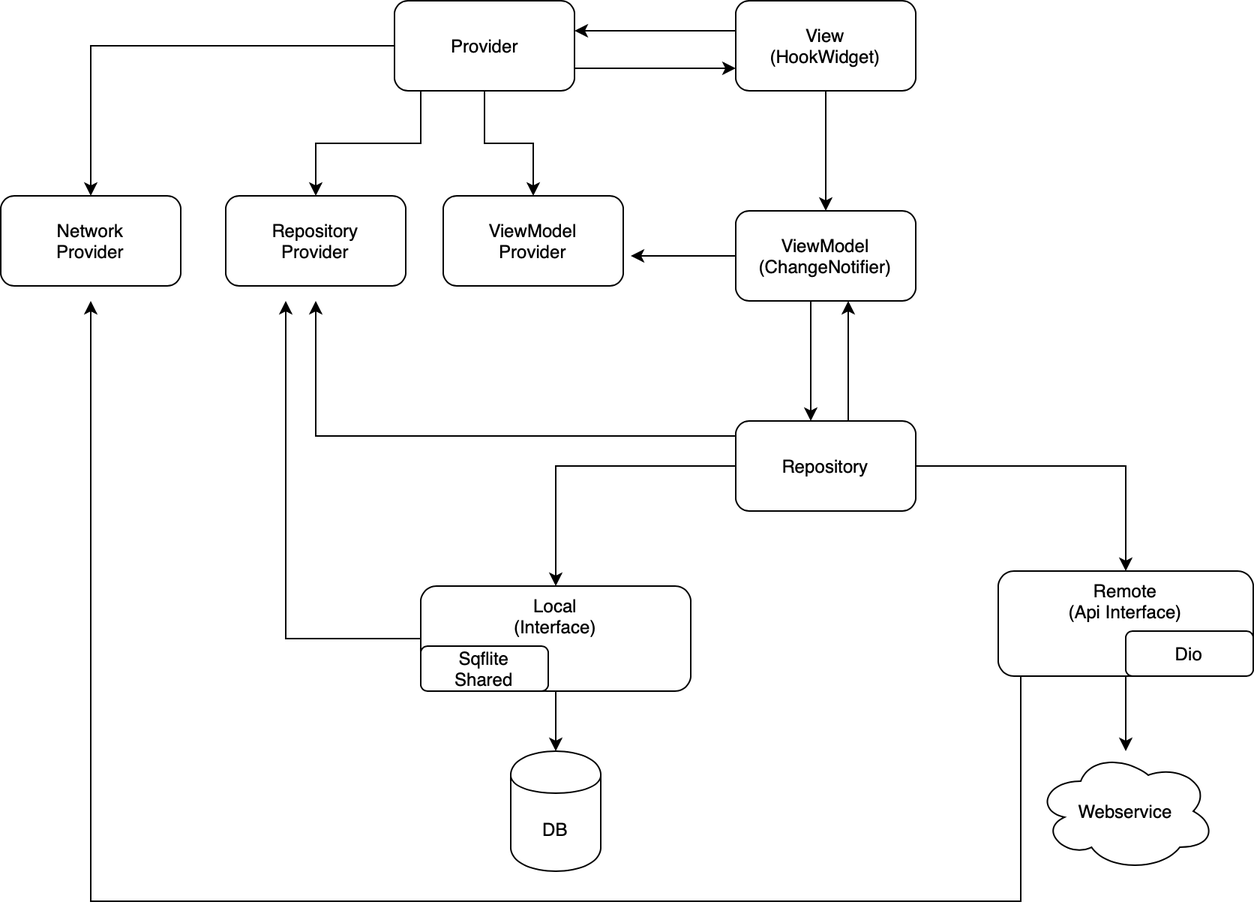
Earlier version of the draw.io export files/RiverFlutter.png (bachhoan88/FlutterCleanArchitecture). Source tidied: cells renumbered, new cells last; positions are measured from the earlier drawing's top-left corner, leaving out a move shared by most shapes.
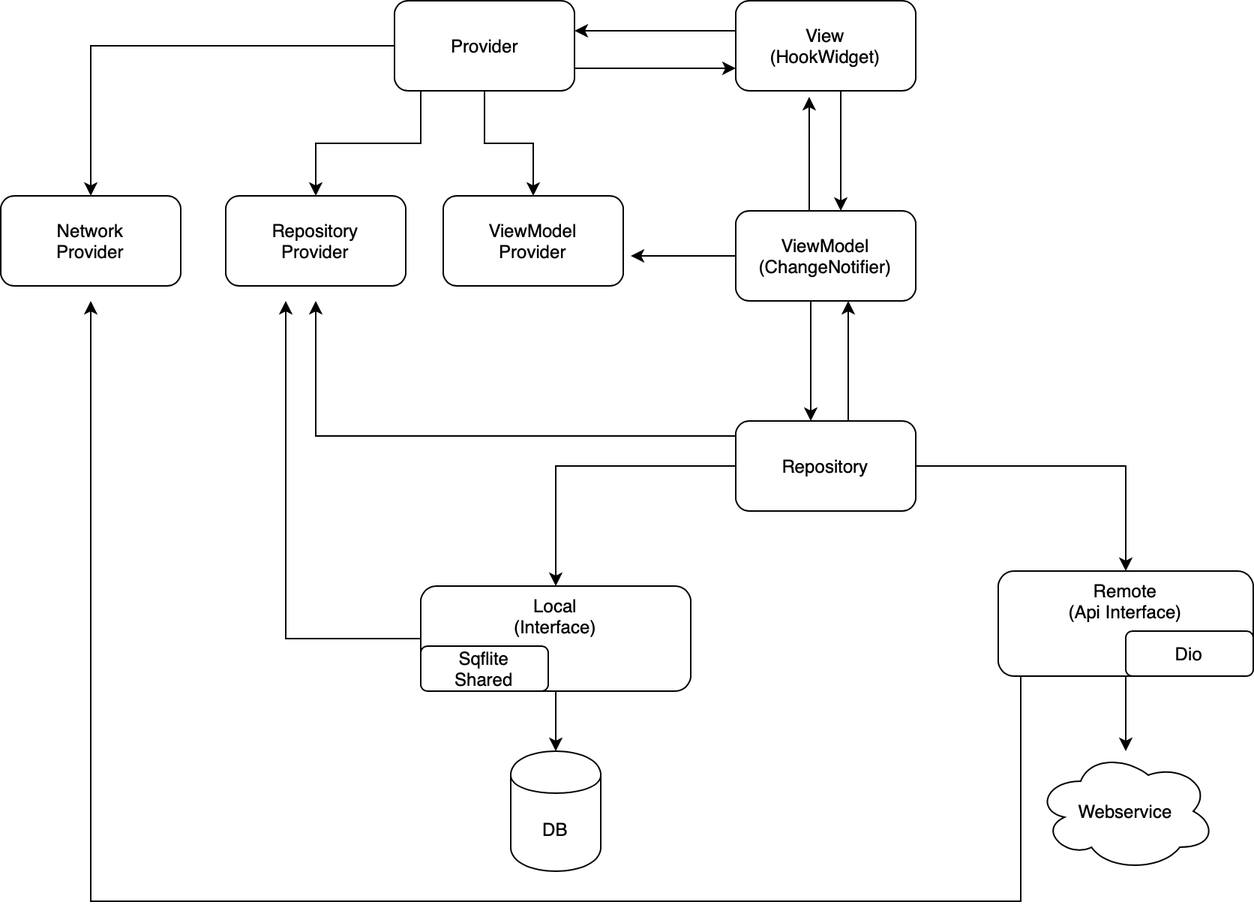
Above is the later version.

Commit message:
Remove directory on workflows

What changed in the source:
```diff
@@ -5,8 +5,8 @@
     <mxCell id="2" style="edgeStyle=orthogonalEdgeStyle;rounded=0;jettySize=auto;html=1;" parent="1" edge="1" source="4" target="7">
       <mxGeometry relative="1" as="geometry">
         <Array as="points">
-          <mxPoint x="550" y="90" />
-          <mxPoint x="550" y="90" />
+          <mxPoint x="560" y="80" />
+          <mxPoint x="560" y="80" />
         </Array>
       </mxGeometry>
     </mxCell>
@@ -35,6 +35,14 @@
         <mxPoint x="420" y="170" as="targetPoint" />
       </mxGeometry>
     </mxCell>
+    <mxCell id="31" style="edgeStyle=orthogonalEdgeStyle;rounded=0;jettySize=auto;html=1;entryX=0.408;entryY=1.067;entryDx=0;entryDy=0;entryPerimeter=0;" parent="1" edge="1" source="7" target="4">
+      <mxGeometry relative="1" as="geometry">
+        <Array as="points">
+          <mxPoint x="539" y="100" />
+          <mxPoint x="539" y="100" />
+        </Array>
+      </mxGeometry>
+    </mxCell>
     <mxCell id="7" value="ViewModel&lt;br&gt;(ChangeNotifier)" style="rounded=1;whiteSpace=wrap;html=1;" parent="1" vertex="1">
       <mxGeometry x="490" y="140" width="120" height="60" as="geometry" />
     </mxCell>
```
